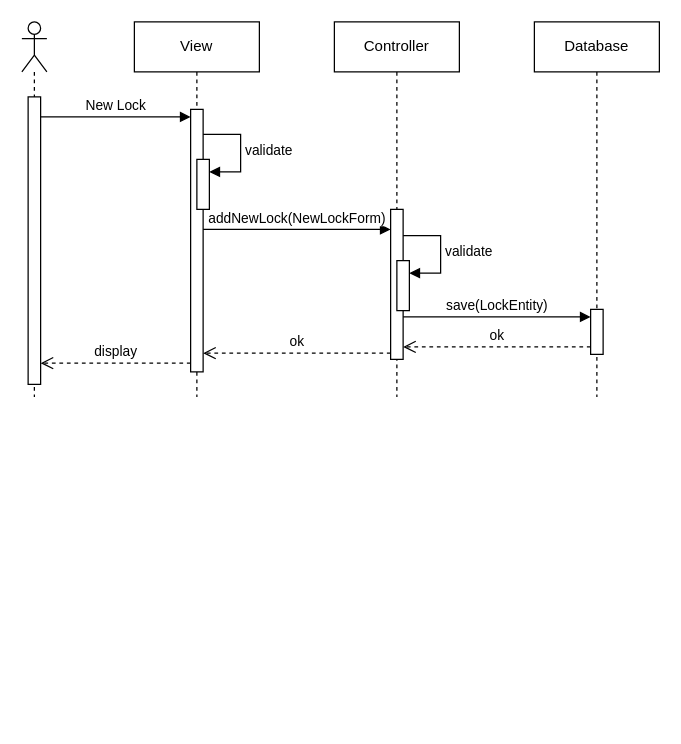
This is doc/diagrams/LockSequenceDiagram.drawio from DuckTheMug/image-server-for-iot-entry, a draw.io file, before an edit. Source tidied: cells renumbered, new cells numbered last; positions are measured from the earlier drawing's top-left corner, leaving out a move shared by most shapes. Both pictures are drawn from the tidied source at 125%, with x=0, y=0 at pixel (21, 21).
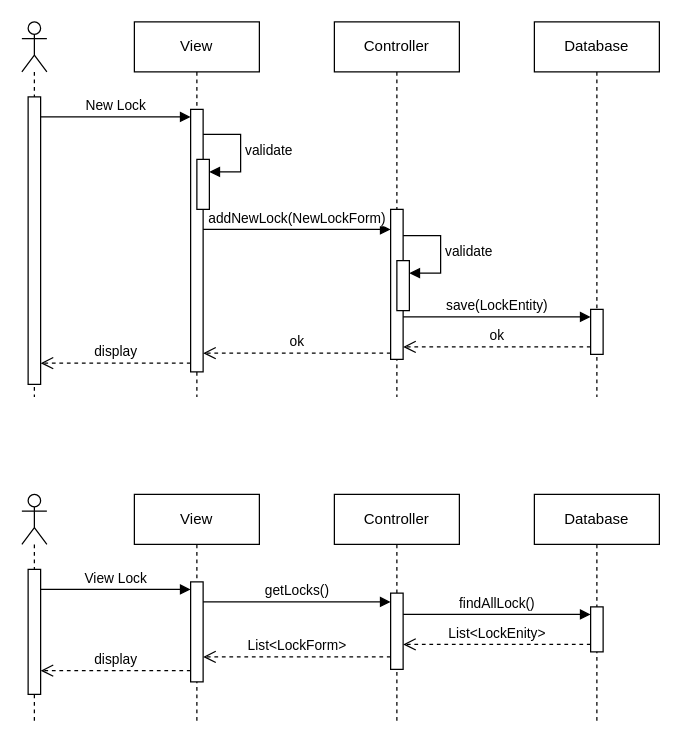
Above is the later version.

Diff of the diagram source:
```diff
@@
+    <mxCell id="20" style="shape=umlLifeline;perimeter=lifelinePerimeter;whiteSpace=wrap;html=1;newEdgeStyle={&quot;curved&quot;:0,&quot;rounded&quot;:0};participant=umlActor;" parent="1" vertex="1">
+      <mxGeometry y="378" width="20" height="182" as="geometry" />
+    </mxCell>
+    <mxCell id="21" style="html=1;perimeter=orthogonalPerimeter;targetShapes=umlLifeline;newEdgeStyle={&quot;curved&quot;:0,&quot;rounded&quot;:0};" parent="20" vertex="1">
+      <mxGeometry x="5" y="60" width="10" height="100" as="geometry" />
+    </mxCell>
+    <mxCell id="22" value="&lt;div&gt;View&lt;/div&gt;" style="shape=umlLifeline;perimeter=lifelinePerimeter;whiteSpace=wrap;html=1;newEdgeStyle={&quot;curved&quot;:0,&quot;rounded&quot;:0};" parent="1" vertex="1">
+      <mxGeometry x="90" y="378" width="100" height="182" as="geometry" />
+    </mxCell>
+    <mxCell id="23" style="html=1;perimeter=orthogonalPerimeter;targetShapes=umlLifeline;newEdgeStyle={&quot;curved&quot;:0,&quot;rounded&quot;:0};" parent="22" vertex="1">
+      <mxGeometry x="45" y="70" width="10" height="80" as="geometry" />
+    </mxCell>
+    <mxCell id="24" value="Controller" style="shape=umlLifeline;perimeter=lifelinePerimeter;whiteSpace=wrap;html=1;newEdgeStyle={&quot;curved&quot;:0,&quot;rounded&quot;:0};" parent="1" vertex="1">
+      <mxGeometry x="250" y="378" width="100" height="182" as="geometry" />
+    </mxCell>
+    <mxCell id="25" style="html=1;perimeter=orthogonalPerimeter;targetShapes=umlLifeline;newEdgeStyle={&quot;curved&quot;:0,&quot;rounded&quot;:0};" parent="24" vertex="1">
+      <mxGeometry x="45" y="79" width="10" height="61" as="geometry" />
+    </mxCell>
+    <mxCell id="26" value="Database" style="shape=umlLifeline;perimeter=lifelinePerimeter;whiteSpace=wrap;html=1;newEdgeStyle={&quot;curved&quot;:0,&quot;rounded&quot;:0};" parent="1" vertex="1">
+      <mxGeometry x="410" y="378" width="100" height="182" as="geometry" />
+    </mxCell>
+    <mxCell id="27" style="html=1;perimeter=orthogonalPerimeter;targetShapes=umlLifeline;newEdgeStyle={&quot;curved&quot;:0,&quot;rounded&quot;:0};" parent="26" vertex="1">
+      <mxGeometry x="45" y="90" width="10" height="36" as="geometry" />
+    </mxCell>
+    <mxCell id="28" value="View Lock" style="html=1;verticalAlign=bottom;endArrow=block;curved=0;rounded=0;" parent="1" edge="1">
+      <mxGeometry relative="1" as="geometry">
+        <mxPoint x="15" y="454" as="sourcePoint" />
+        <mxPoint x="135" y="454" as="targetPoint" />
+      </mxGeometry>
+    </mxCell>
+    <mxCell id="29" value="getLocks()" style="html=1;verticalAlign=bottom;endArrow=block;curved=0;rounded=0;" parent="1" edge="1">
+      <mxGeometry relative="1" as="geometry">
+        <mxPoint x="145" y="464" as="sourcePoint" />
+        <mxPoint x="295" y="464" as="targetPoint" />
+      </mxGeometry>
+    </mxCell>
+    <mxCell id="30" value="findAllLock()" style="html=1;verticalAlign=bottom;endArrow=block;curved=0;rounded=0;" parent="1" edge="1">
+      <mxGeometry relative="1" as="geometry">
+        <mxPoint x="305" y="474" as="sourcePoint" />
+        <mxPoint x="455" y="474" as="targetPoint" />
+      </mxGeometry>
+    </mxCell>
+    <mxCell id="31" value="List&amp;lt;LockEnity&amp;gt;" style="html=1;verticalAlign=bottom;endArrow=open;dashed=1;endSize=8;curved=0;rounded=0;" parent="1" edge="1">
+      <mxGeometry relative="1" as="geometry">
+        <mxPoint x="455" y="498" as="sourcePoint" />
+        <mxPoint x="305" y="498" as="targetPoint" />
+      </mxGeometry>
+    </mxCell>
+    <mxCell id="32" value="List&amp;lt;LockForm&amp;gt;" style="html=1;verticalAlign=bottom;endArrow=open;dashed=1;endSize=8;curved=0;rounded=0;" parent="1" edge="1">
+      <mxGeometry relative="1" as="geometry">
+        <mxPoint x="295" y="508" as="sourcePoint" />
+        <mxPoint x="145" y="508" as="targetPoint" />
+      </mxGeometry>
+    </mxCell>
+    <mxCell id="33" value="display" style="html=1;verticalAlign=bottom;endArrow=open;dashed=1;endSize=8;curved=0;rounded=0;" parent="1" edge="1">
+      <mxGeometry relative="1" as="geometry">
+        <mxPoint x="135" y="519" as="sourcePoint" />
+        <mxPoint x="15" y="519" as="targetPoint" />
+      </mxGeometry>
+    </mxCell>
```
